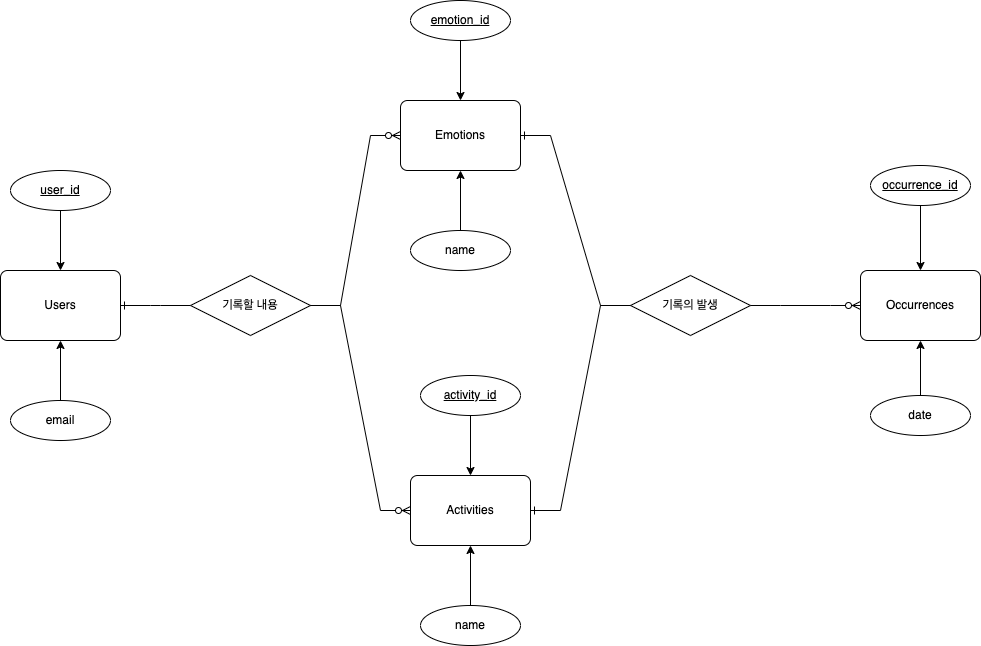
Before: ERdiagram.png, a diagram exported from draw.io (MyNameIsTaeYeong/oh_server). Source tidied: cells renumbered, new cells last; positions are measured from the earlier drawing's top-left corner, leaving out a move shared by most shapes.
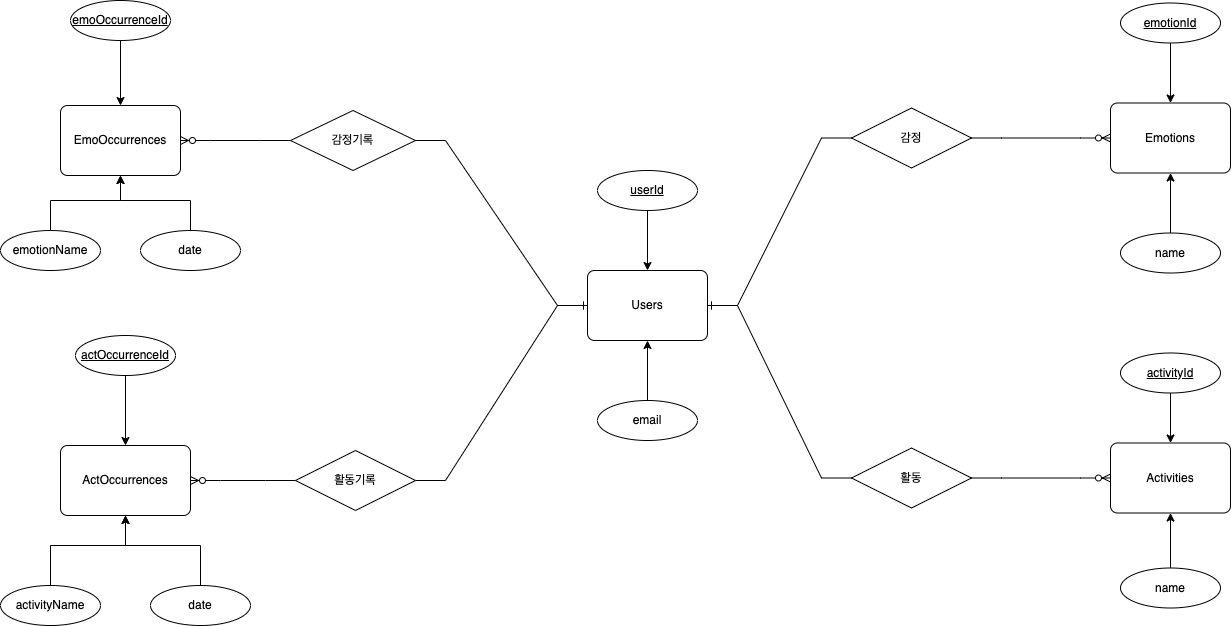
Later version of the same file.

Commit message:
테이블, API 재설계

Diff of the diagram source:
```diff
@@ -3,40 +3,37 @@
     <mxCell id="0" />
     <mxCell id="1" parent="0" />
     <mxCell id="2" value="Users" style="rounded=1;arcSize=10;whiteSpace=wrap;html=1;align=center;" parent="1" vertex="1">
-      <mxGeometry y="270" width="120" height="70" as="geometry" />
+      <mxGeometry x="557" y="250" width="120" height="70" as="geometry" />
     </mxCell>
     <mxCell id="3" value="Emotions" style="rounded=1;arcSize=10;whiteSpace=wrap;html=1;align=center;" parent="1" vertex="1">
-      <mxGeometry x="400" y="100" width="120" height="70" as="geometry" />
+      <mxGeometry x="1080" y="82.5" width="120" height="70" as="geometry" />
     </mxCell>
     <mxCell id="4" style="edgeStyle=orthogonalEdgeStyle;rounded=0;jettySize=auto;html=1;" parent="1" edge="1" source="5" target="2">
       <mxGeometry relative="1" as="geometry" />
     </mxCell>
-    <mxCell id="5" value="user_id" style="ellipse;whiteSpace=wrap;html=1;align=center;fontStyle=4;" parent="1" vertex="1">
-      <mxGeometry x="10" y="170" width="100" height="40" as="geometry" />
+    <mxCell id="5" value="userId" style="ellipse;whiteSpace=wrap;html=1;align=center;fontStyle=4;" parent="1" vertex="1">
+      <mxGeometry x="567" y="150" width="100" height="40" as="geometry" />
     </mxCell>
     <mxCell id="6" style="edgeStyle=orthogonalEdgeStyle;rounded=0;jettySize=auto;html=1;" parent="1" edge="1" source="7" target="2">
       <mxGeometry relative="1" as="geometry" />
     </mxCell>
     <mxCell id="7" value="email" style="ellipse;whiteSpace=wrap;html=1;align=center;" parent="1" vertex="1">
-      <mxGeometry x="10" y="400" width="100" height="40" as="geometry" />
+      <mxGeometry x="567" y="380" width="100" height="40" as="geometry" />
     </mxCell>
     <mxCell id="8" style="edgeStyle=orthogonalEdgeStyle;rounded=0;jettySize=auto;html=1;" parent="1" edge="1" source="9" target="3">
       <mxGeometry relative="1" as="geometry" />
     </mxCell>
-    <mxCell id="9" value="emotion_id" style="ellipse;whiteSpace=wrap;html=1;align=center;fontStyle=4;" parent="1" vertex="1">
-      <mxGeometry x="410" width="100" height="40" as="geometry" />
+    <mxCell id="9" value="emotionId" style="ellipse;whiteSpace=wrap;html=1;align=center;fontStyle=4;" parent="1" vertex="1">
+      <mxGeometry x="1090" y="-17.5" width="100" height="40" as="geometry" />
     </mxCell>
     <mxCell id="10" style="edgeStyle=orthogonalEdgeStyle;rounded=0;jettySize=auto;html=1;" parent="1" edge="1" source="11" target="3">
       <mxGeometry relative="1" as="geometry" />
     </mxCell>
     <mxCell id="11" value="name" style="ellipse;whiteSpace=wrap;html=1;align=center;" parent="1" vertex="1">
-      <mxGeometry x="410" y="230" width="100" height="40" as="geometry" />
+      <mxGeometry x="1090" y="212.5" width="100" height="40" as="geometry" />
     </mxCell>
-    <mxCell id="12" value="Occurrences" style="rounded=1;arcSize=10;whiteSpace=wrap;html=1;align=center;" parent="1" vertex="1">
-      <mxGeometry x="860" y="270" width="120" height="70" as="geometry" />
-    </mxCell>
-    <mxCell id="13" value="기록할 내용" style="shape=rhombus;perimeter=rhombusPerimeter;whiteSpace=wrap;html=1;align=center;" parent="1" vertex="1">
-      <mxGeometry x="190" y="275" width="120" height="60" as="geometry" />
+    <mxCell id="13" value="감정" style="shape=rhombus;perimeter=rhombusPerimeter;whiteSpace=wrap;html=1;align=center;" parent="1" vertex="1">
+      <mxGeometry x="821" y="87.5" width="120" height="60" as="geometry" />
     </mxCell>
     <mxCell id="14" style="edgeStyle=entityRelationEdgeStyle;fontSize=12;html=1;endArrow=ERzeroToMany;endFill=1;rounded=0;exitX=1;exitY=0.5;exitDx=0;exitDy=0;entryX=0;entryY=0.5;entryDx=0;entryDy=0;" parent="1" edge="1" source="13" target="3">
       <mxGeometry relative="1" as="geometry" />
@@ -44,47 +41,110 @@
     <mxCell id="15" style="edgeStyle=entityRelationEdgeStyle;fontSize=12;html=1;endArrow=ERone;endFill=1;rounded=0;entryX=1;entryY=0.5;entryDx=0;entryDy=0;exitX=0;exitY=0.5;exitDx=0;exitDy=0;" parent="1" edge="1" source="13" target="2">
       <mxGeometry relative="1" as="geometry" />
     </mxCell>
-    <mxCell id="16" value="기록의 발생" style="shape=rhombus;perimeter=rhombusPerimeter;whiteSpace=wrap;html=1;align=center;" parent="1" vertex="1">
-      <mxGeometry x="630" y="275" width="120" height="60" as="geometry" />
-    </mxCell>
-    <mxCell id="17" style="edgeStyle=entityRelationEdgeStyle;fontSize=12;html=1;endArrow=ERzeroToMany;endFill=1;rounded=0;exitX=1;exitY=0.5;exitDx=0;exitDy=0;entryX=0;entryY=0.5;entryDx=0;entryDy=0;" parent="1" edge="1" source="16" target="12">
-      <mxGeometry relative="1" as="geometry" />
-    </mxCell>
-    <mxCell id="18" style="edgeStyle=entityRelationEdgeStyle;fontSize=12;html=1;endArrow=ERone;endFill=1;rounded=0;entryX=1;entryY=0.5;entryDx=0;entryDy=0;exitX=0;exitY=0.5;exitDx=0;exitDy=0;" parent="1" edge="1" source="16" target="3">
-      <mxGeometry relative="1" as="geometry" />
-    </mxCell>
-    <mxCell id="19" style="edgeStyle=orthogonalEdgeStyle;rounded=0;jettySize=auto;html=1;" parent="1" edge="1" source="20" target="12">
-      <mxGeometry relative="1" as="geometry" />
-    </mxCell>
-    <mxCell id="20" value="date" style="ellipse;whiteSpace=wrap;html=1;align=center;" parent="1" vertex="1">
-      <mxGeometry x="870" y="395" width="100" height="40" as="geometry" />
-    </mxCell>
-    <mxCell id="21" style="edgeStyle=orthogonalEdgeStyle;rounded=0;jettySize=auto;html=1;entryX=0.5;entryY=0;entryDx=0;entryDy=0;" parent="1" edge="1" source="22" target="12">
-      <mxGeometry relative="1" as="geometry" />
-    </mxCell>
-    <mxCell id="22" value="occurrence_id" style="ellipse;whiteSpace=wrap;html=1;align=center;fontStyle=4;" parent="1" vertex="1">
-      <mxGeometry x="870" y="165" width="100" height="40" as="geometry" />
-    </mxCell>
     <mxCell id="23" value="Activities" style="rounded=1;arcSize=10;whiteSpace=wrap;html=1;align=center;" parent="1" vertex="1">
-      <mxGeometry x="410" y="475" width="120" height="70" as="geometry" />
+      <mxGeometry x="1080" y="422.5" width="120" height="70" as="geometry" />
     </mxCell>
     <mxCell id="24" style="edgeStyle=orthogonalEdgeStyle;rounded=0;jettySize=auto;html=1;" parent="1" edge="1" source="25" target="23">
       <mxGeometry relative="1" as="geometry" />
     </mxCell>
-    <mxCell id="25" value="activity_id" style="ellipse;whiteSpace=wrap;html=1;align=center;fontStyle=4;" parent="1" vertex="1">
-      <mxGeometry x="420" y="375" width="100" height="40" as="geometry" />
+    <mxCell id="25" value="activityId" style="ellipse;whiteSpace=wrap;html=1;align=center;fontStyle=4;" parent="1" vertex="1">
+      <mxGeometry x="1090" y="332.5" width="100" height="40" as="geometry" />
     </mxCell>
     <mxCell id="26" style="edgeStyle=orthogonalEdgeStyle;rounded=0;jettySize=auto;html=1;" parent="1" edge="1" source="27" target="23">
       <mxGeometry relative="1" as="geometry" />
     </mxCell>
     <mxCell id="27" value="name" style="ellipse;whiteSpace=wrap;html=1;align=center;" parent="1" vertex="1">
-      <mxGeometry x="420" y="605" width="100" height="40" as="geometry" />
+      <mxGeometry x="1090" y="547.5" width="100" height="40" as="geometry" />
     </mxCell>
-    <mxCell id="28" style="edgeStyle=entityRelationEdgeStyle;fontSize=12;html=1;endArrow=ERzeroToMany;endFill=1;rounded=0;exitX=1;exitY=0.5;exitDx=0;exitDy=0;entryX=0;entryY=0.5;entryDx=0;entryDy=0;" parent="1" edge="1" source="13" target="23">
+    <mxCell id="28" style="edgeStyle=entityRelationEdgeStyle;fontSize=12;html=1;endArrow=ERzeroToMany;endFill=1;rounded=0;entryX=0;entryY=0.5;entryDx=0;entryDy=0;exitX=1;exitY=0.5;exitDx=0;exitDy=0;" parent="1" edge="1" source="50" target="23">
       <mxGeometry relative="1" as="geometry" />
     </mxCell>
-    <mxCell id="29" style="edgeStyle=entityRelationEdgeStyle;fontSize=12;html=1;endArrow=ERone;endFill=1;rounded=0;entryX=1;entryY=0.5;entryDx=0;entryDy=0;exitX=0;exitY=0.5;exitDx=0;exitDy=0;" parent="1" edge="1" source="16" target="23">
-      <mxGeometry relative="1" as="geometry" />
-    </mxCell>
+    <mxCell id="30" value="EmoOccurrences" style="rounded=1;arcSize=10;whiteSpace=wrap;html=1;align=center;" parent="1" vertex="1">
+      <mxGeometry x="30" y="85" width="120" height="70" as="geometry" />
+    </mxCell>
+    <mxCell id="31" value="감정기록" style="shape=rhombus;perimeter=rhombusPerimeter;whiteSpace=wrap;html=1;align=center;" parent="1" vertex="1">
+      <mxGeometry x="260" y="90" width="125" height="60" as="geometry" />
+    </mxCell>
+    <mxCell id="32" style="edgeStyle=entityRelationEdgeStyle;fontSize=12;html=1;endArrow=ERzeroToMany;endFill=1;rounded=0;exitX=0;exitY=0.5;exitDx=0;exitDy=0;entryX=1;entryY=0.5;entryDx=0;entryDy=0;" parent="1" edge="1" source="31" target="30">
+      <mxGeometry relative="1" as="geometry" />
+    </mxCell>
+    <mxCell id="33" style="edgeStyle=entityRelationEdgeStyle;fontSize=12;html=1;endArrow=ERone;endFill=1;rounded=0;exitX=1;exitY=0.5;exitDx=0;exitDy=0;entryX=0;entryY=0.5;entryDx=0;entryDy=0;" parent="1" edge="1" source="31" target="2">
+      <mxGeometry relative="1" as="geometry" />
+    </mxCell>
+    <mxCell id="34" style="edgeStyle=orthogonalEdgeStyle;rounded=0;jettySize=auto;html=1;" parent="1" edge="1" source="35" target="30">
+      <mxGeometry relative="1" as="geometry">
+        <Array as="points">
+          <mxPoint x="160" y="180" />
+          <mxPoint x="90" y="180" />
+        </Array>
+      </mxGeometry>
+    </mxCell>
+    <mxCell id="35" value="date" style="ellipse;whiteSpace=wrap;html=1;align=center;" parent="1" vertex="1">
+      <mxGeometry x="110" y="210" width="100" height="40" as="geometry" />
+    </mxCell>
+    <mxCell id="36" style="edgeStyle=orthogonalEdgeStyle;rounded=0;jettySize=auto;html=1;entryX=0.5;entryY=0;entryDx=0;entryDy=0;" parent="1" edge="1" source="37" target="30">
+      <mxGeometry relative="1" as="geometry" />
+    </mxCell>
+    <mxCell id="37" value="emoOccurrenceId" style="ellipse;whiteSpace=wrap;html=1;align=center;fontStyle=4;" parent="1" vertex="1">
+      <mxGeometry x="40" y="-20" width="100" height="40" as="geometry" />
+    </mxCell>
+    <mxCell id="38" value="ActOccurrences" style="rounded=1;arcSize=10;whiteSpace=wrap;html=1;align=center;" parent="1" vertex="1">
+      <mxGeometry x="30" y="425" width="130" height="70" as="geometry" />
+    </mxCell>
+    <mxCell id="39" style="edgeStyle=orthogonalEdgeStyle;rounded=0;jettySize=auto;html=1;exitX=0.5;exitY=0;exitDx=0;exitDy=0;" parent="1" edge="1" source="40" target="38">
+      <mxGeometry relative="1" as="geometry">
+        <Array as="points">
+          <mxPoint x="170" y="565" />
+          <mxPoint x="170" y="525" />
+          <mxPoint x="95" y="525" />
+        </Array>
+      </mxGeometry>
+    </mxCell>
+    <mxCell id="40" value="date" style="ellipse;whiteSpace=wrap;html=1;align=center;" parent="1" vertex="1">
+      <mxGeometry x="120" y="565" width="100" height="40" as="geometry" />
+    </mxCell>
+    <mxCell id="41" style="edgeStyle=orthogonalEdgeStyle;rounded=0;jettySize=auto;html=1;entryX=0.5;entryY=0;entryDx=0;entryDy=0;exitX=0.5;exitY=1;exitDx=0;exitDy=0;" parent="1" edge="1" source="42" target="38">
+      <mxGeometry relative="1" as="geometry" />
+    </mxCell>
+    <mxCell id="42" value="actOccurrenceId" style="ellipse;whiteSpace=wrap;html=1;align=center;fontStyle=4;" parent="1" vertex="1">
+      <mxGeometry x="45" y="315" width="100" height="40" as="geometry" />
+    </mxCell>
+    <mxCell id="43" value="emotionName" style="ellipse;whiteSpace=wrap;html=1;align=center;" parent="1" vertex="1">
+      <mxGeometry x="-30" y="210" width="100" height="40" as="geometry" />
+    </mxCell>
+    <mxCell id="44" style="edgeStyle=orthogonalEdgeStyle;rounded=0;jettySize=auto;html=1;entryX=0.5;entryY=1;entryDx=0;entryDy=0;exitX=0.5;exitY=0;exitDx=0;exitDy=0;" parent="1" edge="1" source="43" target="30">
+      <mxGeometry relative="1" as="geometry">
+        <Array as="points">
+          <mxPoint x="20" y="180" />
+          <mxPoint x="90" y="180" />
+        </Array>
+      </mxGeometry>
+    </mxCell>
+    <mxCell id="45" value="activityName" style="ellipse;whiteSpace=wrap;html=1;align=center;" parent="1" vertex="1">
+      <mxGeometry x="-30" y="565" width="100" height="40" as="geometry" />
+    </mxCell>
+    <mxCell id="46" style="edgeStyle=orthogonalEdgeStyle;rounded=0;jettySize=auto;html=1;entryX=0.5;entryY=1;entryDx=0;entryDy=0;exitX=0.5;exitY=0;exitDx=0;exitDy=0;" parent="1" edge="1" source="45" target="38">
+      <mxGeometry relative="1" as="geometry">
+        <Array as="points">
+          <mxPoint x="20" y="525" />
+          <mxPoint x="95" y="525" />
+        </Array>
+      </mxGeometry>
+    </mxCell>
+    <mxCell id="47" value="활동기록" style="shape=rhombus;perimeter=rhombusPerimeter;whiteSpace=wrap;html=1;align=center;" parent="1" vertex="1">
+      <mxGeometry x="265" y="430" width="120" height="60" as="geometry" />
+    </mxCell>
+    <mxCell id="48" style="edgeStyle=entityRelationEdgeStyle;fontSize=12;html=1;endArrow=ERzeroToMany;endFill=1;rounded=0;exitX=0;exitY=0.5;exitDx=0;exitDy=0;entryX=1;entryY=0.5;entryDx=0;entryDy=0;" parent="1" edge="1" source="47" target="38">
+      <mxGeometry relative="1" as="geometry" />
+    </mxCell>
+    <mxCell id="49" style="edgeStyle=entityRelationEdgeStyle;fontSize=12;html=1;endArrow=ERone;endFill=1;rounded=0;exitX=1;exitY=0.5;exitDx=0;exitDy=0;entryX=0;entryY=0.5;entryDx=0;entryDy=0;" parent="1" edge="1" source="47" target="2">
+      <mxGeometry relative="1" as="geometry" />
+    </mxCell>
+    <mxCell id="50" value="활동" style="shape=rhombus;perimeter=rhombusPerimeter;whiteSpace=wrap;html=1;align=center;" parent="1" vertex="1">
+      <mxGeometry x="821" y="427.5" width="120" height="60" as="geometry" />
+    </mxCell>
+    <mxCell id="51" style="edgeStyle=entityRelationEdgeStyle;fontSize=12;html=1;endArrow=ERone;endFill=1;rounded=0;entryX=1;entryY=0.5;entryDx=0;entryDy=0;exitX=0;exitY=0.5;exitDx=0;exitDy=0;" parent="1" edge="1" source="50" target="2">
+      <mxGeometry relative="1" as="geometry" />
+    </mxCell>
   </root>
 </mxGraphModel>
```
